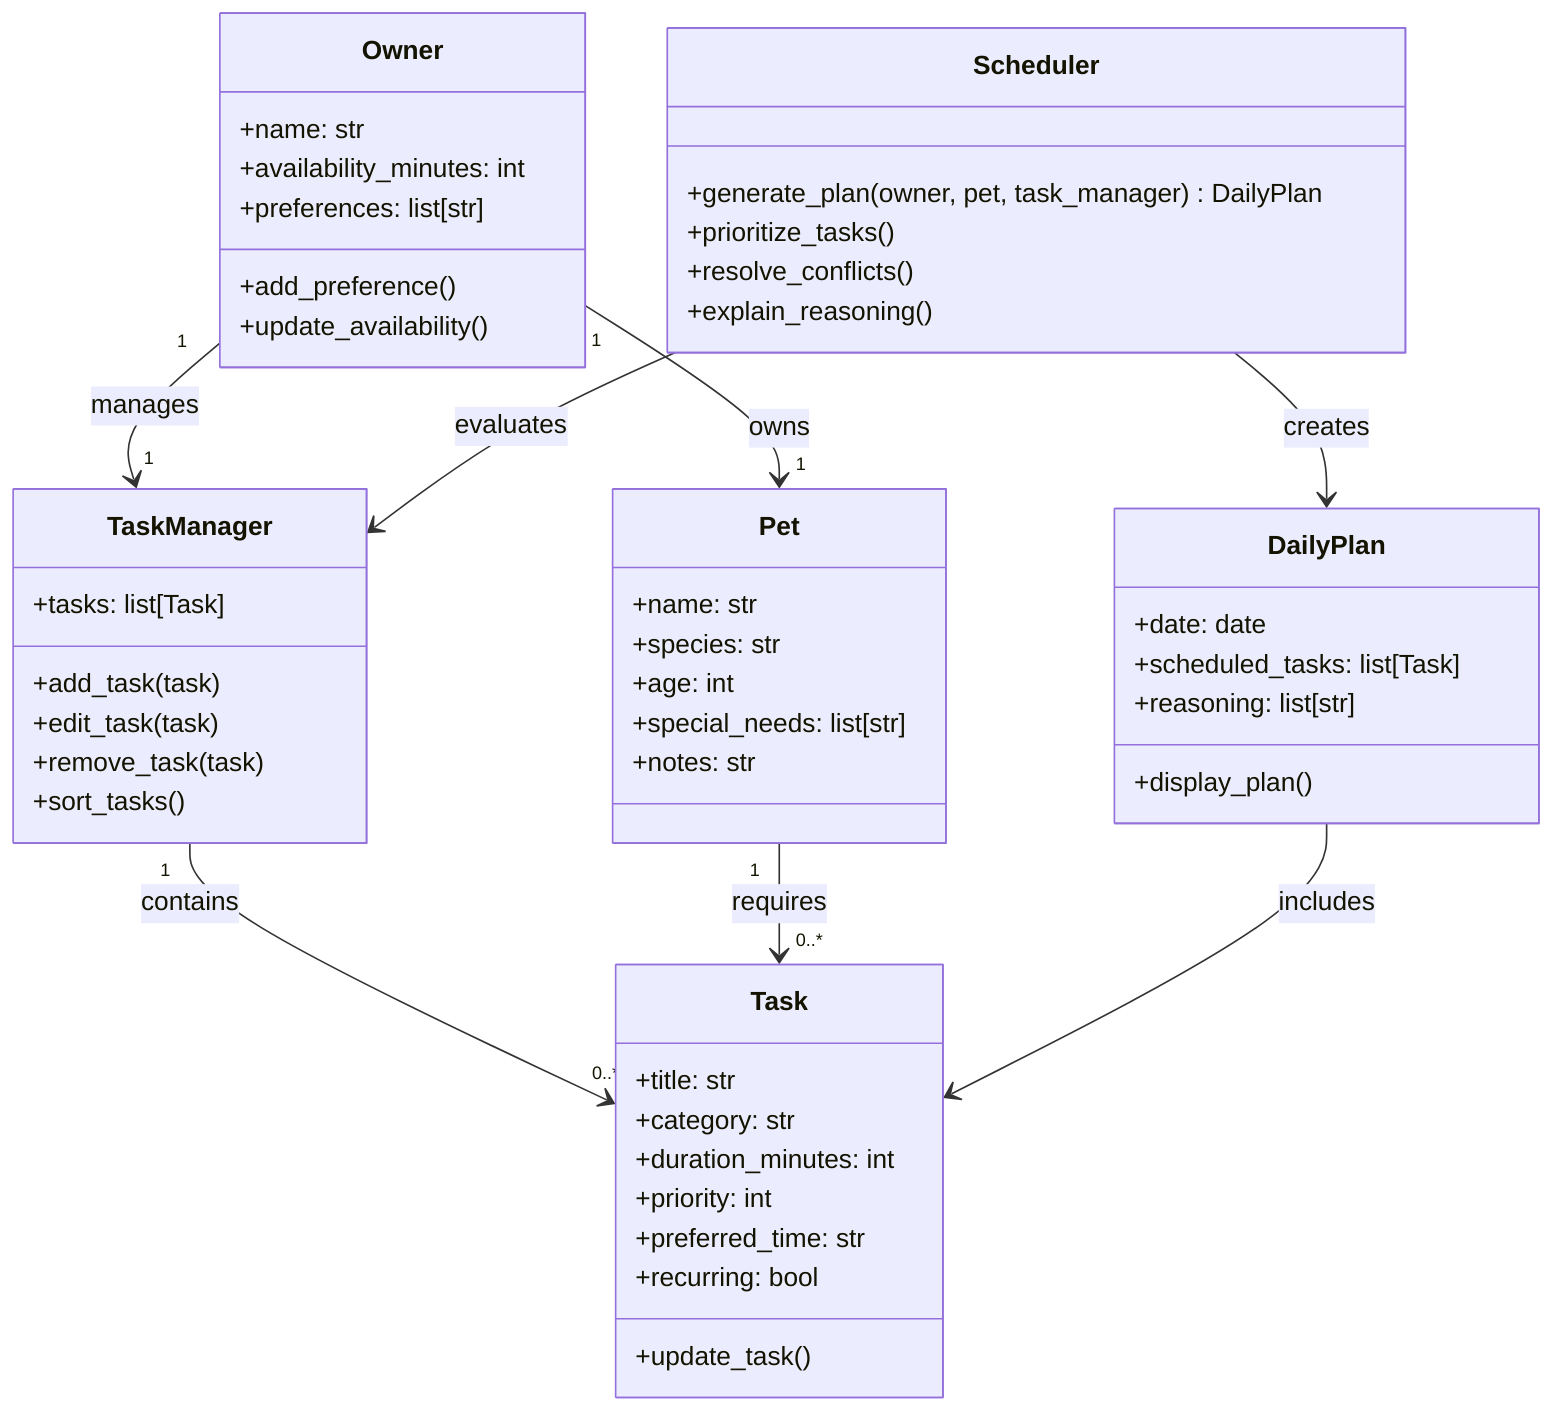
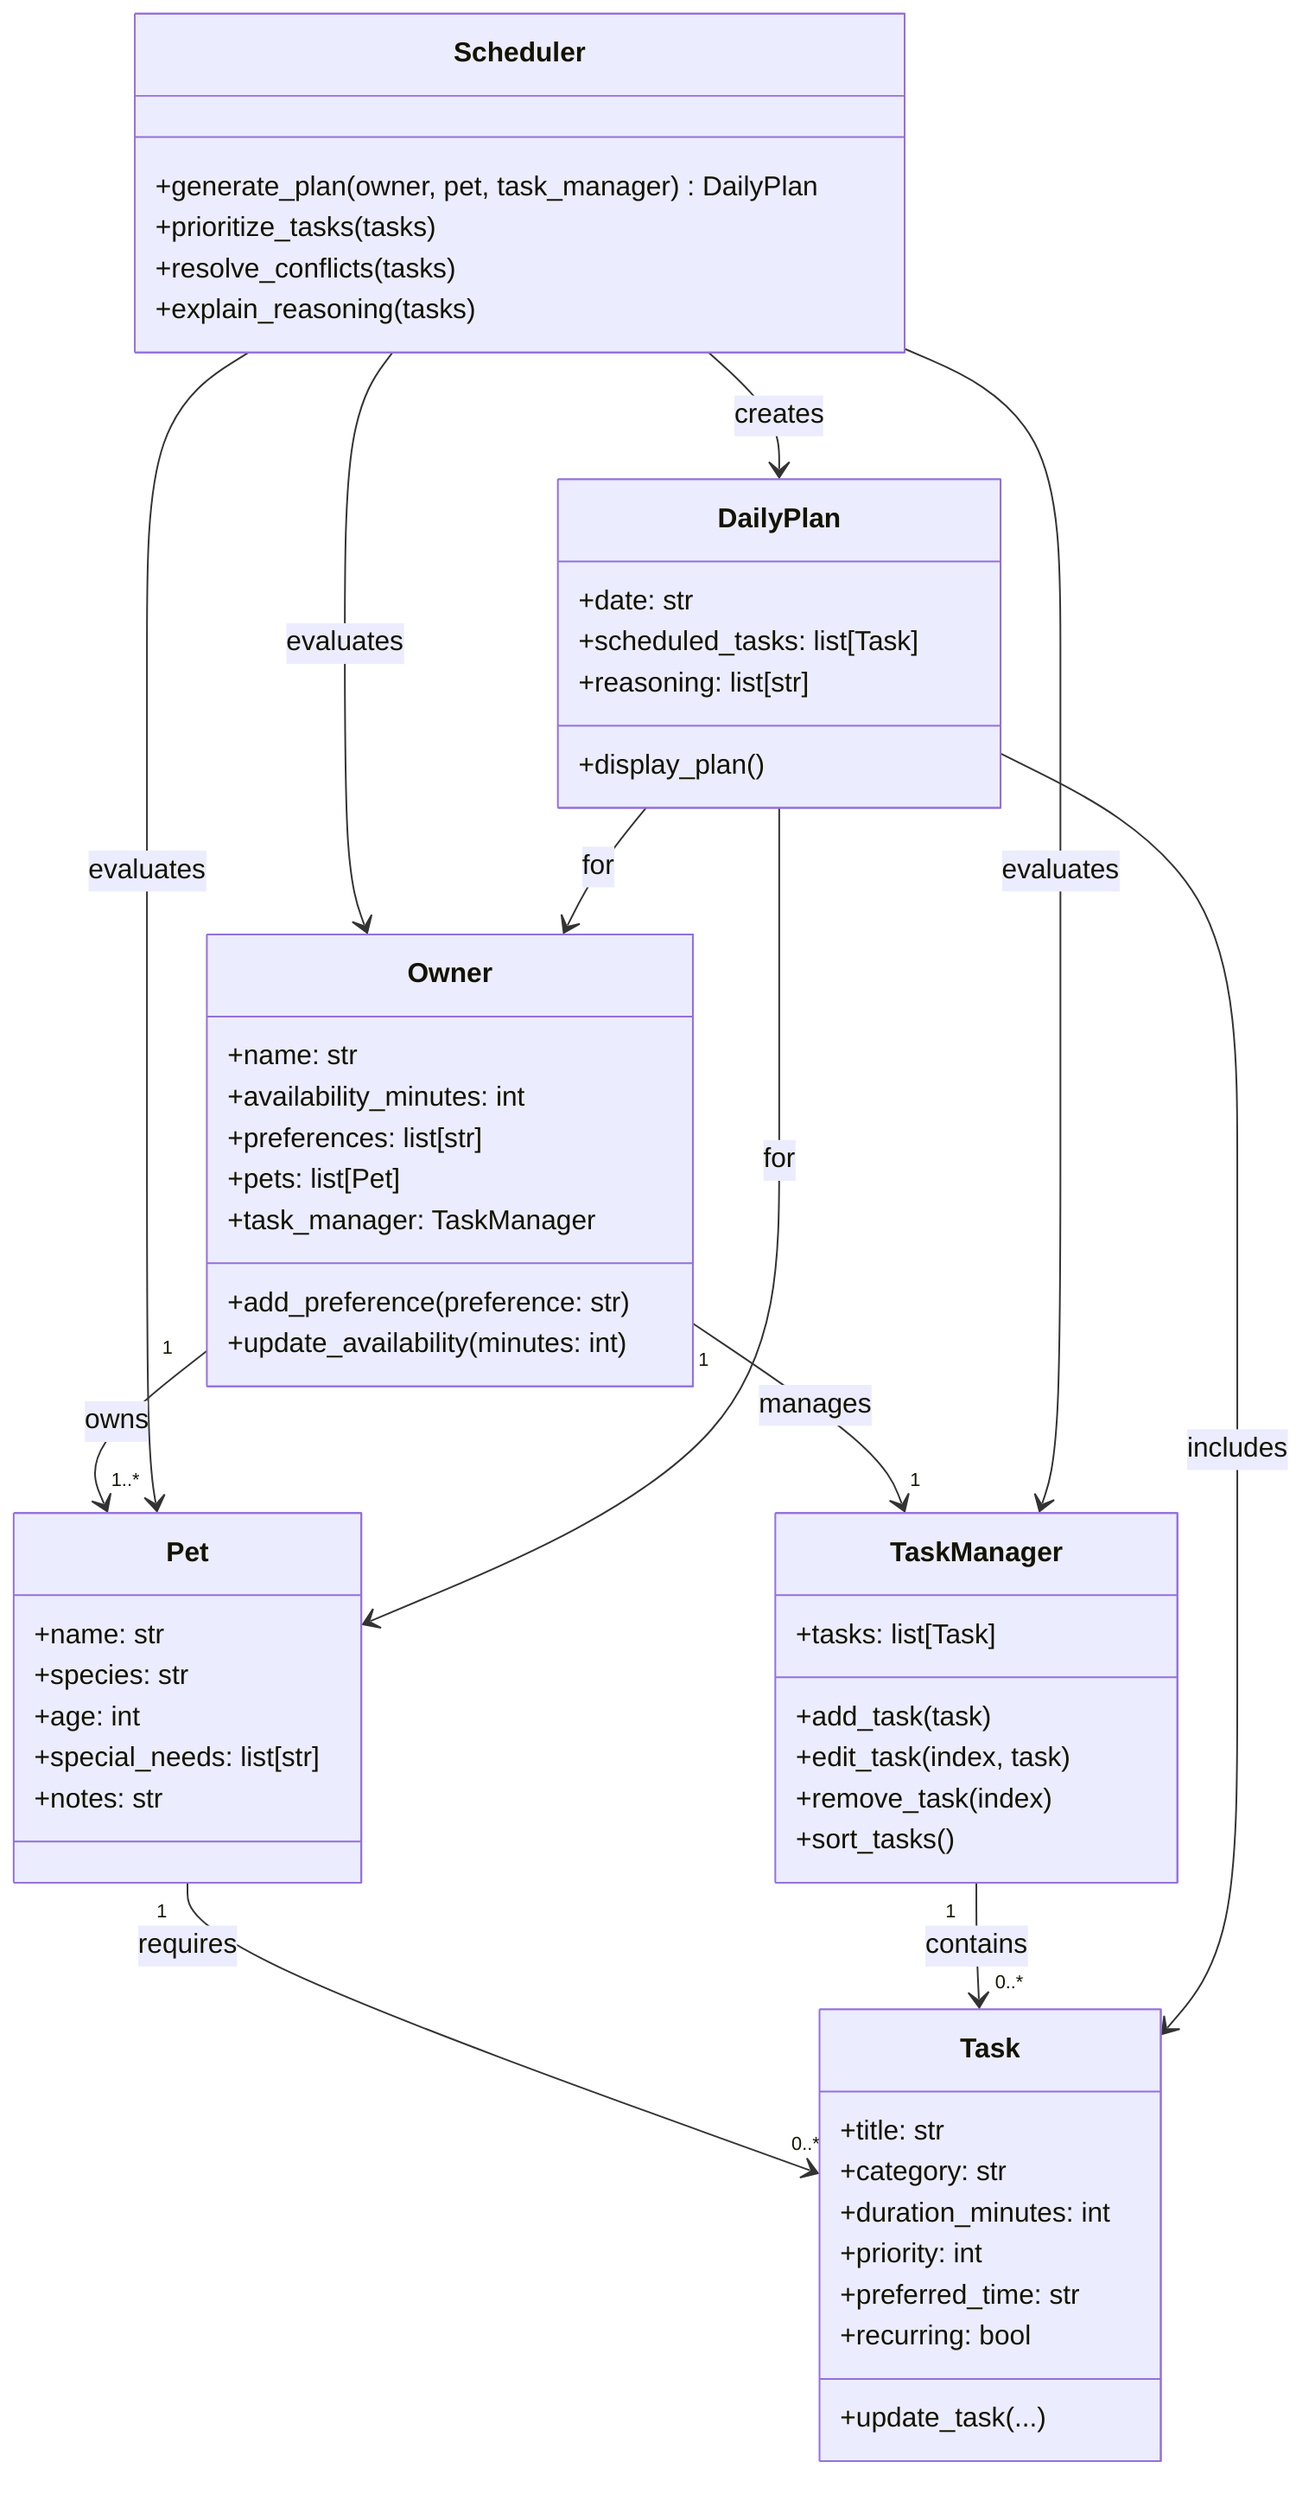
classDiagram
    class Owner {
        +name: str
        +availability_minutes: int
        +preferences: list[str]
-         +add_preference()
-         +update_availability()
+         +pets: list[Pet]
+         +task_manager: TaskManager
+         +add_preference(preference: str)
+         +update_availability(minutes: int)
    }

    class Pet {
        +name: str
        +species: str
        +age: int
        +special_needs: list[str]
        +notes: str
    }

    class Task {
        +title: str
        +category: str
        +duration_minutes: int
        +priority: int
        +preferred_time: str
        +recurring: bool
-         +update_task()
+         +update_task(...)
    }

    class TaskManager {
        +tasks: list[Task]
        +add_task(task)
-         +edit_task(task)
-         +remove_task(task)
+         +edit_task(index, task)
+         +remove_task(index)
        +sort_tasks()
    }

    class DailyPlan {
-         +date: date
+         +date: str
        +scheduled_tasks: list[Task]
        +reasoning: list[str]
        +display_plan()
    }

    class Scheduler {
        +generate_plan(owner, pet, task_manager) DailyPlan
-         +prioritize_tasks()
-         +resolve_conflicts()
-         +explain_reasoning()
+         +prioritize_tasks(tasks)
+         +resolve_conflicts(tasks)
+         +explain_reasoning(tasks)
    }

-     Owner "1" --> "1" Pet : owns
    Owner "1" --> "1" TaskManager : manages
+     Owner "1" --> "1..*" Pet : owns
+     Pet "1" --> "0..*" Task : requires
    TaskManager "1" --> "0..*" Task : contains
-     Pet "1" --> "0..*" Task : requires
+     Scheduler --> Owner : evaluates
+     Scheduler --> Pet : evaluates
+     Scheduler --> TaskManager : evaluates
    Scheduler --> DailyPlan : creates
-     Scheduler --> TaskManager : evaluates
+     DailyPlan --> Owner : for
+     DailyPlan --> Pet : for
    DailyPlan --> Task : includes
